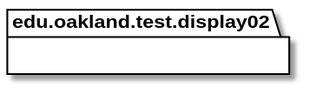
Above: docs/uml-class-diagrams/display02/test/Display02TestPackage_InternalDependencies.svg in elilley15/csi-3370-software-project (PlantUML), before the change. Its diagram source:
```plantuml
@startuml Display02TestPackage_InternalDependencies

package edu.oakland.test.display02 {

}

@enduml
```
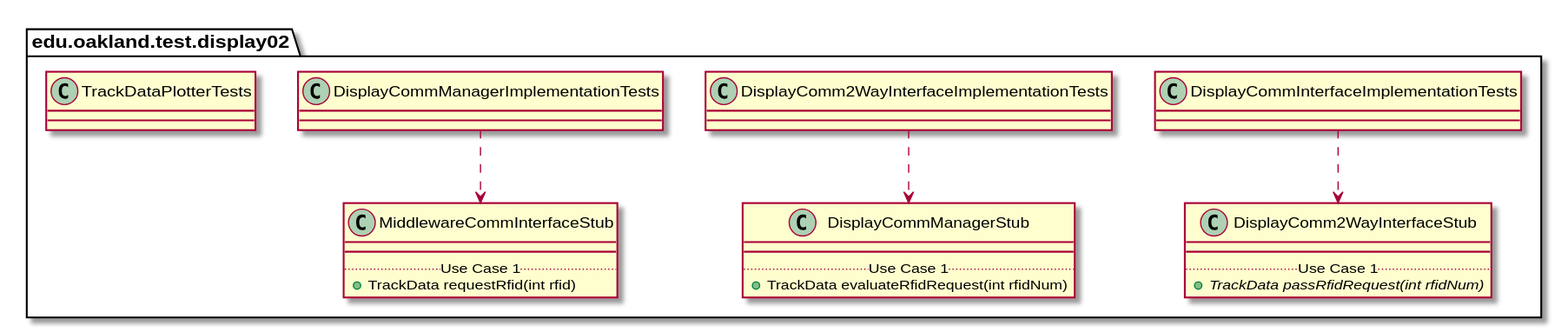
Later version of the same file.

What changed in the source:
```diff
@@ -4,4 +4,66 @@
 
 }
 
+
+package edu.oakland.test.display02 {
+    class DisplayCommInterfaceImplementationTests {
+
+    }
+}
+
+
+
+package edu.oakland.test.display02 {
+    class DisplayComm2WayInterfaceStub {
+        __
+        .. Use Case 1 ..
+        {abstract} + TrackData passRfidRequest(int rfidNum)
+    }
+}
+
+DisplayCommInterfaceImplementationTests ..> DisplayComm2WayInterfaceStub
+
+package edu.oakland.test.display02 {
+    class DisplayComm2WayInterfaceImplementationTests {
+
+    }
+}
+
+
+
+package edu.oakland.test.display02 {
+    class DisplayCommManagerStub {
+        __
+        .. Use Case 1 ..
+        + TrackData evaluateRfidRequest(int rfidNum)
+    }
+}
+
+DisplayComm2WayInterfaceImplementationTests ..> DisplayCommManagerStub
+
+package edu.oakland.test.display02 {
+    class DisplayCommManagerImplementationTests {
+
+    }
+}
+
+
+
+package edu.oakland.test.display02 {
+    class MiddlewareCommInterfaceStub {
+        __
+        .. Use Case 1 ..
+        + TrackData requestRfid(int rfid)
+    }
+}
+
+DisplayCommManagerImplementationTests ..> MiddlewareCommInterfaceStub
+
+package edu.oakland.test.display02 {
+    class TrackDataPlotterTests {
+
+    }
+}
+
+
 @enduml
```
